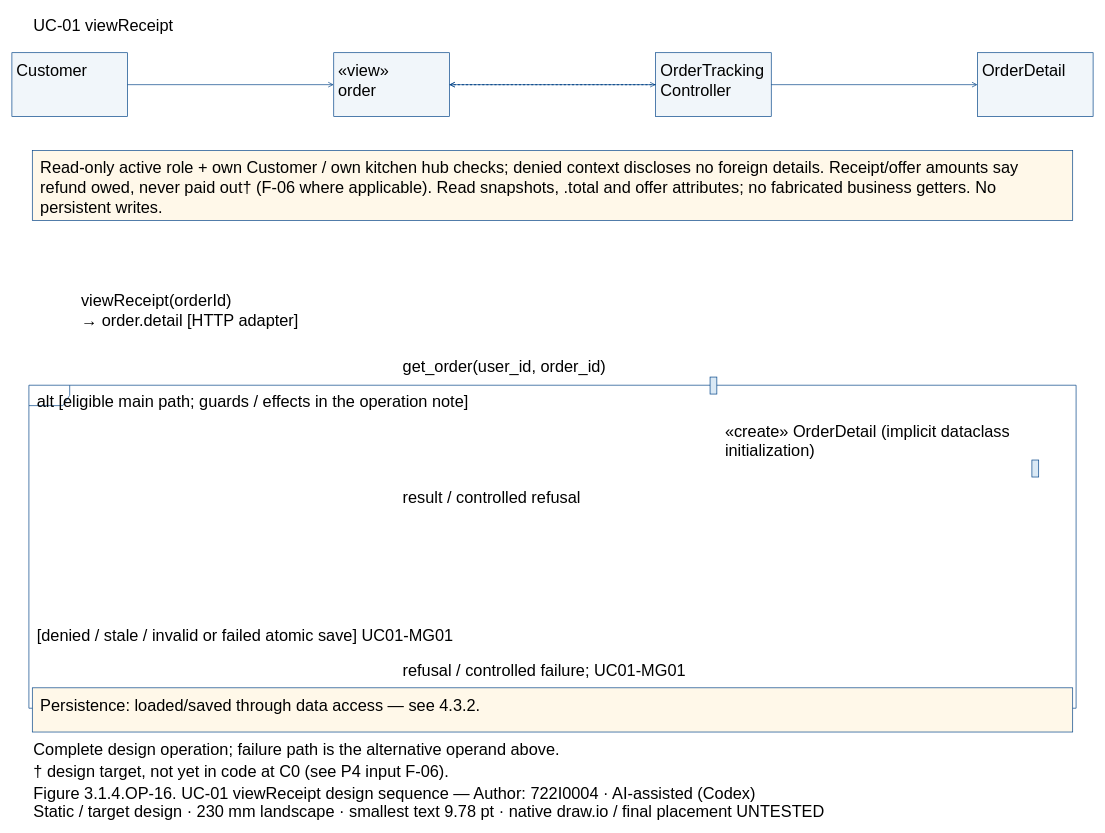
The draw.io diagram models/UC-01/seq_uc01_viewReceipt.drawio in Dat071104/SaigonBite, before the edit. Source tidied: cells renumbered, new cells numbered last; positions are measured from the earlier drawing's top-left corner, leaving out a move shared by most shapes. Both pictures are drawn from the tidied source at 68%, with x=0, y=0 at pixel (12, 12).
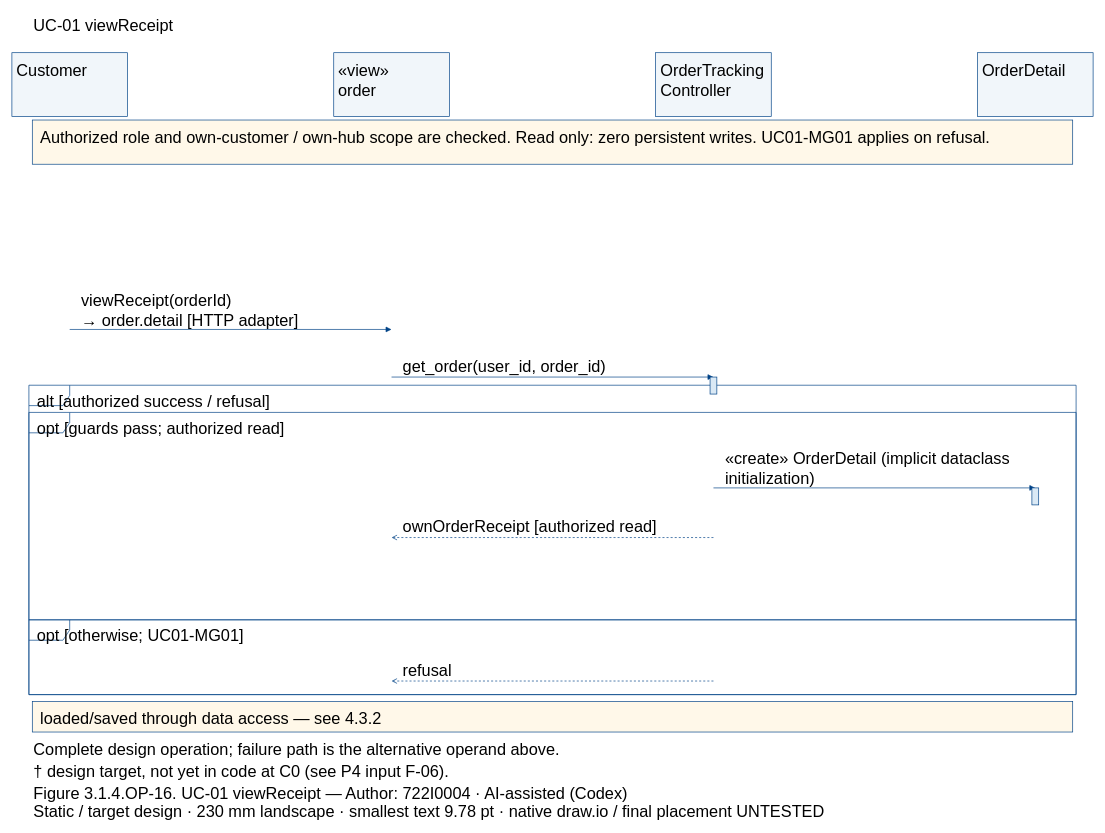
The same diagram, later.

Unchanged cells that the change refers to:
```xml
<mxCell id="3" style="fillColor=#F1F6FA;strokeColor=#004387;fontFamily=Arial;fontSize=24;whiteSpace=wrap;html=0;" parent="1" vertex="1">
  <mxGeometry y="60" width="170" height="94" as="geometry" />
</mxCell>
<mxCell id="5" style="fillColor=#F1F6FA;strokeColor=#004387;fontFamily=Arial;fontSize=24;whiteSpace=wrap;html=0;" parent="1" vertex="1">
  <mxGeometry x="473.3" y="60" width="170" height="94" as="geometry" />
</mxCell>
<mxCell id="7" style="fillColor=#F1F6FA;strokeColor=#004387;fontFamily=Arial;fontSize=24;whiteSpace=wrap;html=0;" parent="1" vertex="1">
  <mxGeometry x="946.7" y="60" width="170" height="94" as="geometry" />
</mxCell>
<mxCell id="9" style="fillColor=#F1F6FA;strokeColor=#004387;fontFamily=Arial;fontSize=24;whiteSpace=wrap;html=0;" parent="1" vertex="1">
  <mxGeometry x="1420" y="60" width="170" height="94" as="geometry" />
</mxCell>
```

What changed in the source:
```diff
@@
-    <mxCell id="11" style="fillColor=white;strokeColor=#004387;shape=umlFrame;fillColor=none;fontFamily=Arial;fontSize=24;whiteSpace=wrap;html=0;" parent="1" vertex="1">
-      <mxGeometry x="25" y="549" width="1540" height="475" as="geometry" />
-    </mxCell>
-    <mxCell id="12" value="alt [eligible main path; guards / effects in the operation note]" style="text;align=left;verticalAlign=top;strokeColor=none;fillColor=none;fontFamily=Arial;fontSize=24;whiteSpace=wrap;html=0;" parent="1" vertex="1">
-      <mxGeometry x="35" y="552" width="1520" height="27.6" as="geometry" />
-    </mxCell>
-    <mxCell id="13" value="[denied / stale / invalid or failed atomic save] UC01-MG01" style="text;align=left;verticalAlign=top;strokeColor=none;fillColor=none;fontFamily=Arial;fontSize=24;whiteSpace=wrap;html=0;" parent="1" vertex="1">
-      <mxGeometry x="35" y="897" width="1520" height="27.6" as="geometry" />
-    </mxCell>
-    <mxCell id="14" style="fillColor=#FFF8E9;strokeColor=#004387;fontFamily=Arial;fontSize=24;whiteSpace=wrap;html=0;" parent="1" vertex="1">
-      <mxGeometry x="30" y="204" width="1530" height="102.8" as="geometry" />
-    </mxCell>
-    <mxCell id="15" value="Read-only active role + own Customer / own kitchen hub checks; denied context discloses no foreign details. Receipt/offer amounts say&#10;refund owed, never paid out† (F-06 where applicable). Read snapshots, .total and offer attributes; no fabricated business getters. No&#10;persistent writes." style="text;align=left;verticalAlign=top;strokeColor=none;fillColor=none;fontFamily=Arial;fontSize=24;whiteSpace=wrap;html=0;" parent="1" vertex="1">
-      <mxGeometry x="40" y="209" width="1510" height="82.8" as="geometry" />
-    </mxCell>
-    <mxCell id="16" style="fillColor=#FFF8E9;strokeColor=#004387;fontFamily=Arial;fontSize=24;whiteSpace=wrap;html=0;" parent="1" vertex="1">
-      <mxGeometry x="30" y="994" width="1530" height="65" as="geometry" />
-    </mxCell>
-    <mxCell id="17" value="Persistence: loaded/saved through data access — see 4.3.2." style="text;align=left;verticalAlign=top;strokeColor=none;fillColor=none;fontFamily=Arial;fontSize=24;whiteSpace=wrap;html=0;" parent="1" vertex="1">
-      <mxGeometry x="40" y="999" width="1510" height="27.6" as="geometry" />
-    </mxCell>
-    <mxCell id="18" style="edgeStyle=none;endArrow=open;strokeColor=#004387;" parent="1" edge="1" source="3" target="5">
-      <mxGeometry relative="1" as="geometry" />
-    </mxCell>
+    <mxCell id="34" style="fillColor=white;strokeColor=#004387;shape=umlFrame;fillColor=none;fontFamily=Arial;fontSize=24;whiteSpace=wrap;html=0;" parent="1" vertex="1">
+      <mxGeometry x="25" y="549" width="1540" height="455" as="geometry" />
+    </mxCell>
+    <mxCell id="35" value="alt [authorized success / refusal]" style="text;align=left;verticalAlign=top;strokeColor=none;fillColor=none;fontFamily=Arial;fontSize=24;whiteSpace=wrap;html=0;" parent="1" vertex="1">
+      <mxGeometry x="35" y="552" width="1520" height="27.6" as="geometry" />
+    </mxCell>
+    <mxCell id="36" style="fillColor=white;strokeColor=#004387;shape=umlFrame;fillColor=none;fontFamily=Arial;fontSize=24;whiteSpace=wrap;html=0;" parent="1" vertex="1">
+      <mxGeometry x="25" y="589" width="1540" height="305" as="geometry" />
+    </mxCell>
+    <mxCell id="37" value="opt [guards pass; authorized read]" style="text;align=left;verticalAlign=top;strokeColor=none;fillColor=none;fontFamily=Arial;fontSize=24;whiteSpace=wrap;html=0;" parent="1" vertex="1">
+      <mxGeometry x="35" y="592" width="1520" height="27.6" as="geometry" />
+    </mxCell>
+    <mxCell id="38" style="fillColor=white;strokeColor=#004387;shape=umlFrame;fillColor=none;fontFamily=Arial;fontSize=24;whiteSpace=wrap;html=0;" parent="1" vertex="1">
+      <mxGeometry x="25" y="894" width="1540" height="110" as="geometry" />
+    </mxCell>
+    <mxCell id="39" value="opt [otherwise; UC01-MG01]" style="text;align=left;verticalAlign=top;strokeColor=none;fillColor=none;fontFamily=Arial;fontSize=24;whiteSpace=wrap;html=0;" parent="1" vertex="1">
+      <mxGeometry x="35" y="897" width="1520" height="27.6" as="geometry" />
+    </mxCell>
+    <mxCell id="40" style="fillColor=#FFF8E9;strokeColor=#004387;fontFamily=Arial;fontSize=24;whiteSpace=wrap;html=0;" parent="1" vertex="1">
+      <mxGeometry x="30" y="159" width="1530" height="65" as="geometry" />
+    </mxCell>
+    <mxCell id="41" value="Authorized role and own-customer / own-hub scope are checked. Read only: zero persistent writes. UC01-MG01 applies on refusal." style="text;align=left;verticalAlign=top;strokeColor=none;fillColor=none;fontFamily=Arial;fontSize=24;whiteSpace=wrap;html=0;" parent="1" vertex="1">
+      <mxGeometry x="40" y="164" width="1510" height="27.6" as="geometry" />
+    </mxCell>
+    <mxCell id="42" style="fillColor=#FFF8E9;strokeColor=#004387;fontFamily=Arial;fontSize=24;whiteSpace=wrap;html=0;" parent="1" vertex="1">
+      <mxGeometry x="30" y="1014" width="1530" height="45" as="geometry" />
+    </mxCell>
+    <mxCell id="43" value="loaded/saved through data access — see 4.3.2" style="text;align=left;verticalAlign=top;strokeColor=none;fillColor=none;fontFamily=Arial;fontSize=24;whiteSpace=wrap;html=0;" parent="1" vertex="1">
+      <mxGeometry x="40" y="1019" width="1510" height="27.6" as="geometry" />
+    </mxCell>
+    <mxCell id="44" style="opacity=0;strokeColor=none;fillColor=none;fontFamily=Arial;fontSize=24;whiteSpace=wrap;html=0;" parent="1" vertex="1">
+      <mxGeometry x="84.5" y="466.5" width="1" height="1" as="geometry" />
+    </mxCell>
+    <mxCell id="45" style="opacity=0;strokeColor=none;fillColor=none;fontFamily=Arial;fontSize=24;whiteSpace=wrap;html=0;" parent="1" vertex="1">
+      <mxGeometry x="557.8" y="466.5" width="1" height="1" as="geometry" />
+    </mxCell>
+    <mxCell id="46" style="edgeStyle=none;endArrow=block;endFill=1;strokeColor=#004387;exitX=0.5;exitY=0.5;exitPerimeter=0;entryX=0.5;entryY=0.5;entryPerimeter=0;" parent="1" edge="1" source="44" target="45">
+      <mxGeometry relative="1" as="geometry" />
+    </mxCell>
@@
-    <mxCell id="20" style="edgeStyle=none;endArrow=open;strokeColor=#004387;" parent="1" edge="1" source="5" target="7">
-      <mxGeometry relative="1" as="geometry" />
-    </mxCell>
+    <mxCell id="47" style="opacity=0;strokeColor=none;fillColor=none;fontFamily=Arial;fontSize=24;whiteSpace=wrap;html=0;" parent="1" vertex="1">
+      <mxGeometry x="557.8" y="536.5" width="1" height="1" as="geometry" />
+    </mxCell>
+    <mxCell id="48" style="opacity=0;strokeColor=none;fillColor=none;fontFamily=Arial;fontSize=24;whiteSpace=wrap;html=0;" parent="1" vertex="1">
+      <mxGeometry x="1031.2" y="536.5" width="1" height="1" as="geometry" />
+    </mxCell>
+    <mxCell id="49" style="edgeStyle=none;endArrow=block;endFill=1;strokeColor=#004387;exitX=0.5;exitY=0.5;exitPerimeter=0;entryX=0.5;entryY=0.5;entryPerimeter=0;" parent="1" edge="1" source="47" target="48">
+      <mxGeometry relative="1" as="geometry" />
+    </mxCell>
@@
-    <mxCell id="22" style="fillColor=#DAE9F5;strokeColor=#004387;fontFamily=Arial;fontSize=24;whiteSpace=wrap;html=0;" parent="1" vertex="1">
-      <mxGeometry x="1026.7" y="537" width="10" height="25" as="geometry" />
-    </mxCell>
-    <mxCell id="23" style="edgeStyle=none;endArrow=open;strokeColor=#004387;" parent="1" edge="1" source="7" target="9">
-      <mxGeometry relative="1" as="geometry" />
-    </mxCell>
+    <mxCell id="25" style="fillColor=#DAE9F5;strokeColor=#004387;fontFamily=Arial;fontSize=24;whiteSpace=wrap;html=0;" parent="1" vertex="1">
+      <mxGeometry x="1026.7" y="537" width="10" height="25" as="geometry" />
+    </mxCell>
+    <mxCell id="50" style="opacity=0;strokeColor=none;fillColor=none;fontFamily=Arial;fontSize=24;whiteSpace=wrap;html=0;" parent="1" vertex="1">
+      <mxGeometry x="1031.2" y="699.5" width="1" height="1" as="geometry" />
+    </mxCell>
+    <mxCell id="51" style="opacity=0;strokeColor=none;fillColor=none;fontFamily=Arial;fontSize=24;whiteSpace=wrap;html=0;" parent="1" vertex="1">
+      <mxGeometry x="1504.5" y="699.5" width="1" height="1" as="geometry" />
+    </mxCell>
+    <mxCell id="52" style="edgeStyle=none;endArrow=block;endFill=1;strokeColor=#004387;exitX=0.5;exitY=0.5;exitPerimeter=0;entryX=0.5;entryY=0.5;entryPerimeter=0;" parent="1" edge="1" source="50" target="51">
+      <mxGeometry relative="1" as="geometry" />
+    </mxCell>
     <mxCell id="24" value="«create» OrderDetail (implicit dataclass&#10;initialization)" style="text;align=left;verticalAlign=top;strokeColor=none;fillColor=none;fontFamily=Arial;fontSize=24;whiteSpace=wrap;html=0;" parent="1" vertex="1">
-      <mxGeometry x="1046.7" y="595.8" width="443.3" height="55.2" as="geometry" />
+      <mxGeometry x="1046.7" y="636.8" width="443.3" height="55.2" as="geometry" />
     </mxCell>
-    <mxCell id="25" style="fillColor=#DAE9F5;strokeColor=#004387;fontFamily=Arial;fontSize=24;whiteSpace=wrap;html=0;" parent="1" vertex="1">
-      <mxGeometry x="1500" y="659" width="10" height="25" as="geometry" />
-    </mxCell>
-    <mxCell id="26" style="edgeStyle=none;endArrow=open;dashed=1;strokeColor=#004387;" parent="1" edge="1" source="7" target="5">
-      <mxGeometry relative="1" as="geometry" />
-    </mxCell>
-    <mxCell id="27" value="result / controlled refusal" style="text;align=left;verticalAlign=top;strokeColor=none;fillColor=none;fontFamily=Arial;fontSize=24;whiteSpace=wrap;html=0;" parent="1" vertex="1">
-      <mxGeometry x="573.3" y="693.4" width="443.3" height="27.6" as="geometry" />
-    </mxCell>
-    <mxCell id="28" style="edgeStyle=none;endArrow=open;dashed=1;strokeColor=#004387;" parent="1" edge="1" source="7" target="5">
-      <mxGeometry relative="1" as="geometry" />
-    </mxCell>
-    <mxCell id="29" value="refusal / controlled failure; UC01-MG01" style="text;align=left;verticalAlign=top;strokeColor=none;fillColor=none;fontFamily=Arial;fontSize=24;whiteSpace=wrap;html=0;" parent="1" vertex="1">
-      <mxGeometry x="573.3" y="948.4" width="443.3" height="27.6" as="geometry" />
-    </mxCell>
-    <mxCell id="30" value="Complete design operation; failure path is the alternative operand above." style="text;align=left;verticalAlign=top;strokeColor=none;fillColor=none;fontFamily=Arial;fontSize=24;whiteSpace=wrap;html=0;" parent="1" vertex="1">
-      <mxGeometry x="30" y="1064" width="1530" height="27.6" as="geometry" />
-    </mxCell>
+    <mxCell id="53" style="fillColor=#DAE9F5;strokeColor=#004387;fontFamily=Arial;fontSize=24;whiteSpace=wrap;html=0;" parent="1" vertex="1">
+      <mxGeometry x="1500" y="700" width="10" height="25" as="geometry" />
+    </mxCell>
+    <mxCell id="54" style="opacity=0;strokeColor=none;fillColor=none;fontFamily=Arial;fontSize=24;whiteSpace=wrap;html=0;" parent="1" vertex="1">
+      <mxGeometry x="1031.2" y="772.5" width="1" height="1" as="geometry" />
+    </mxCell>
+    <mxCell id="55" style="opacity=0;strokeColor=none;fillColor=none;fontFamily=Arial;fontSize=24;whiteSpace=wrap;html=0;" parent="1" vertex="1">
+      <mxGeometry x="557.8" y="772.5" width="1" height="1" as="geometry" />
+    </mxCell>
+    <mxCell id="56" style="edgeStyle=none;endArrow=open;endFill=0;dashed=1;strokeColor=#004387;exitX=0.5;exitY=0.5;exitPerimeter=0;entryX=0.5;entryY=0.5;entryPerimeter=0;" parent="1" edge="1" source="54" target="55">
+      <mxGeometry relative="1" as="geometry" />
+    </mxCell>
+    <mxCell id="57" value="ownOrderReceipt [authorized read]" style="text;align=left;verticalAlign=top;strokeColor=none;fillColor=none;fontFamily=Arial;fontSize=24;whiteSpace=wrap;html=0;" parent="1" vertex="1">
+      <mxGeometry x="573.3" y="737.4" width="443.3" height="27.6" as="geometry" />
+    </mxCell>
+    <mxCell id="58" style="opacity=0;strokeColor=none;fillColor=none;fontFamily=Arial;fontSize=24;whiteSpace=wrap;html=0;" parent="1" vertex="1">
+      <mxGeometry x="1031.2" y="983.5" width="1" height="1" as="geometry" />
+    </mxCell>
+    <mxCell id="59" style="opacity=0;strokeColor=none;fillColor=none;fontFamily=Arial;fontSize=24;whiteSpace=wrap;html=0;" parent="1" vertex="1">
+      <mxGeometry x="557.8" y="983.5" width="1" height="1" as="geometry" />
+    </mxCell>
+    <mxCell id="60" style="edgeStyle=none;endArrow=open;endFill=0;dashed=1;strokeColor=#004387;exitX=0.5;exitY=0.5;exitPerimeter=0;entryX=0.5;entryY=0.5;entryPerimeter=0;" parent="1" edge="1" source="58" target="59">
+      <mxGeometry relative="1" as="geometry" />
+    </mxCell>
+    <mxCell id="61" value="refusal" style="text;align=left;verticalAlign=top;strokeColor=none;fillColor=none;fontFamily=Arial;fontSize=24;whiteSpace=wrap;html=0;" parent="1" vertex="1">
+      <mxGeometry x="573.3" y="948.4" width="443.3" height="27.6" as="geometry" />
+    </mxCell>
+    <mxCell id="33" value="Complete design operation; failure path is the alternative operand above." style="text;align=left;verticalAlign=top;strokeColor=none;fillColor=none;fontFamily=Arial;fontSize=24;whiteSpace=wrap;html=0;" parent="1" vertex="1">
+      <mxGeometry x="30" y="1064" width="1530" height="27.6" as="geometry" />
+    </mxCell>
@@
-    <mxCell id="32" value="Figure 3.1.4.OP-16. UC-01 viewReceipt design sequence — Author: 722I0004 · AI-assisted (Codex)" style="text;align=left;verticalAlign=top;strokeColor=none;fillColor=none;fontFamily=Arial;fontSize=24;whiteSpace=wrap;html=0;" parent="1" vertex="1">
-      <mxGeometry x="30" y="1129" width="1530" height="27.6" as="geometry" />
-    </mxCell>
-    <mxCell id="33" value="Static / target design · 230 mm landscape · smallest text 9.78 pt · native draw.io / final placement UNTESTED" style="text;align=left;verticalAlign=top;strokeColor=none;fillColor=none;fontFamily=Arial;fontSize=24;whiteSpace=wrap;html=0;" parent="1" vertex="1">
-      <mxGeometry x="30" y="1155" width="1530" height="27.6" as="geometry" />
-    </mxCell>
+    <mxCell id="62" value="Figure 3.1.4.OP-16. UC-01 viewReceipt — Author: 722I0004 · AI-assisted (Codex)" style="text;align=left;verticalAlign=top;strokeColor=none;fillColor=none;fontFamily=Arial;fontSize=24;whiteSpace=wrap;html=0;" parent="1" vertex="1">
+      <mxGeometry x="30" y="1129" width="1530" height="27.6" as="geometry" />
+    </mxCell>
+    <mxCell id="63" value="Static / target design · 230 mm landscape · smallest text 9.78 pt · native draw.io / final placement UNTESTED" style="text;align=left;verticalAlign=top;strokeColor=none;fillColor=none;fontFamily=Arial;fontSize=24;whiteSpace=wrap;html=0;" parent="1" vertex="1">
+      <mxGeometry x="30" y="1155" width="1530" height="27.6" as="geometry" />
+    </mxCell>
```
